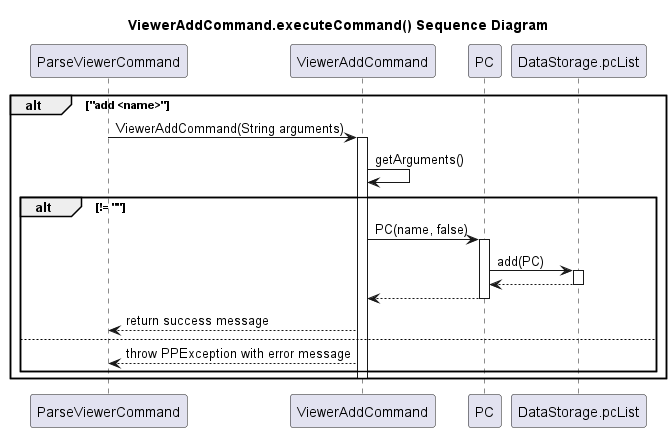
Above: docs/uml-pictures/ViewerAddCommand.png in typingpanda/tp (PlantUML), before the change.
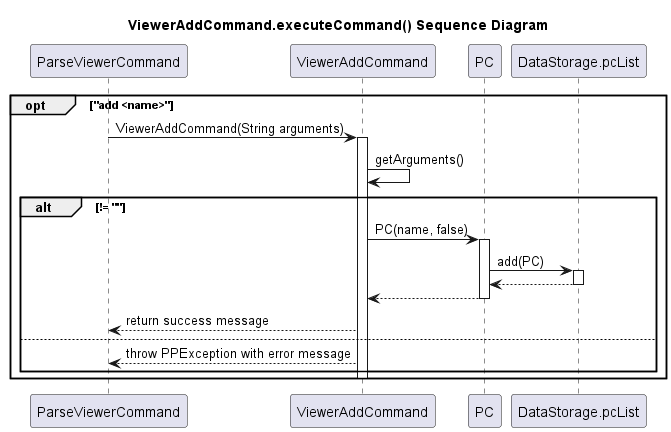
Above is the later version.

Commit message:
Update Developer Guide with changes to ViewerAddCommand Method

What changed in the source:
```diff
@@ -6,7 +6,7 @@
 participant PC
 participant DataStorage.pcList
 
-alt "add <name>"
+opt "add <name>"
 ParseViewerCommand -> ViewerAddCommand: ViewerAddCommand(String arguments)
 activate ViewerAddCommand
 ViewerAddCommand -> ViewerAddCommand: getArguments()
```
